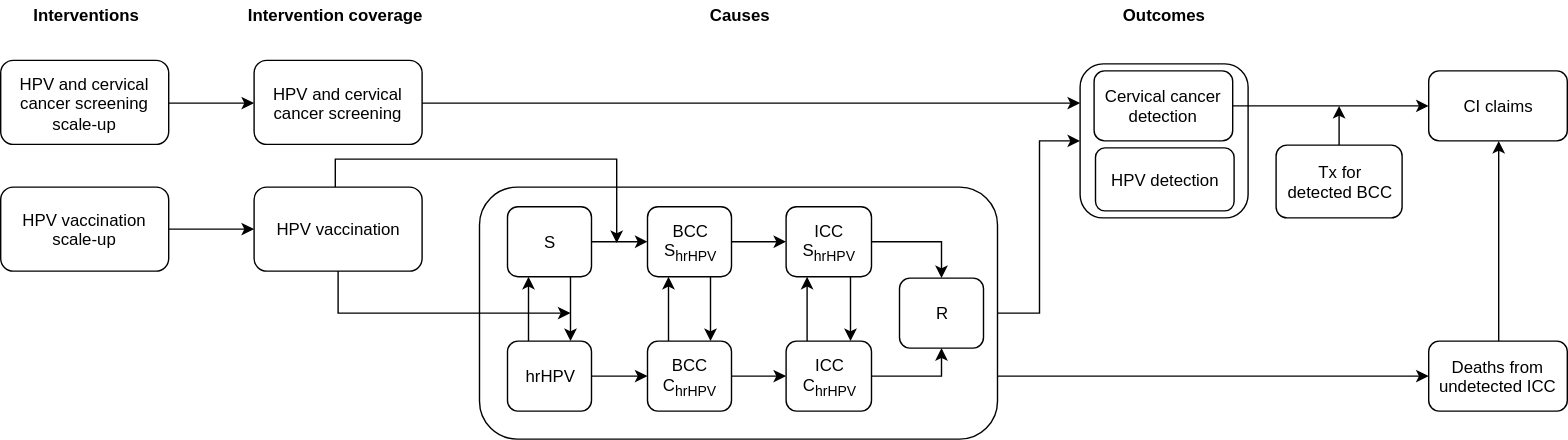
Earlier version of the draw.io export docs/source/concept_models/vivarium_swissre_cervicalcancer/cervical_cancer_concept_model_diagram.svg (ihmeuw/vivarium_research). Source tidied: cells renumbered, new cells last; positions are measured from the earlier drawing's top-left corner, leaving out a move shared by most shapes.
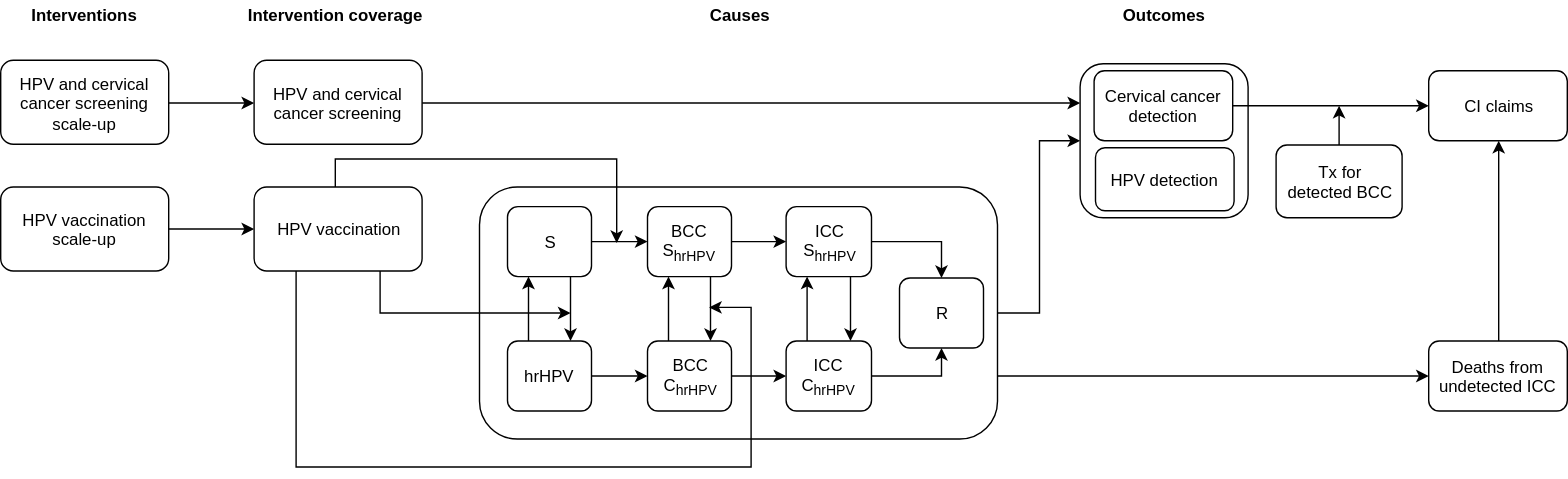
After the commit.

Commit message:
update cervical cancer model

What changed in the source:
```diff
@@ -92,14 +92,24 @@
         </Array>
       </mxGeometry>
     </mxCell>
-    <mxCell id="29" style="edgeStyle=orthogonalEdgeStyle;rounded=0;jettySize=auto;html=1;exitX=0.5;exitY=1;exitDx=0;exitDy=0;" parent="1" edge="1" source="30">
+    <mxCell id="29" style="edgeStyle=orthogonalEdgeStyle;rounded=0;jettySize=auto;html=1;exitX=0.75;exitY=1;exitDx=0;exitDy=0;" parent="1" edge="1" source="30">
       <mxGeometry relative="1" as="geometry">
         <mxPoint x="407" y="223" as="targetPoint" />
         <Array as="points">
-          <mxPoint x="241" y="223" />
+          <mxPoint x="271" y="223" />
         </Array>
       </mxGeometry>
     </mxCell>
+    <mxCell id="46" style="edgeStyle=orthogonalEdgeStyle;rounded=0;jettySize=auto;html=1;exitX=0.25;exitY=1;exitDx=0;exitDy=0;" parent="1" edge="1" source="30">
+      <mxGeometry relative="1" as="geometry">
+        <mxPoint x="506" y="219" as="targetPoint" />
+        <Array as="points">
+          <mxPoint x="211" y="333" />
+          <mxPoint x="536" y="333" />
+          <mxPoint x="536" y="219" />
+        </Array>
+      </mxGeometry>
+    </mxCell>
     <mxCell id="30" value="&lt;span style=&quot;white-space: normal&quot;&gt;HPV vaccination&lt;/span&gt;" style="rounded=1;whiteSpace=wrap;html=1;" parent="1" vertex="1">
       <mxGeometry x="181" y="133" width="120" height="60" as="geometry" />
     </mxCell>
```
